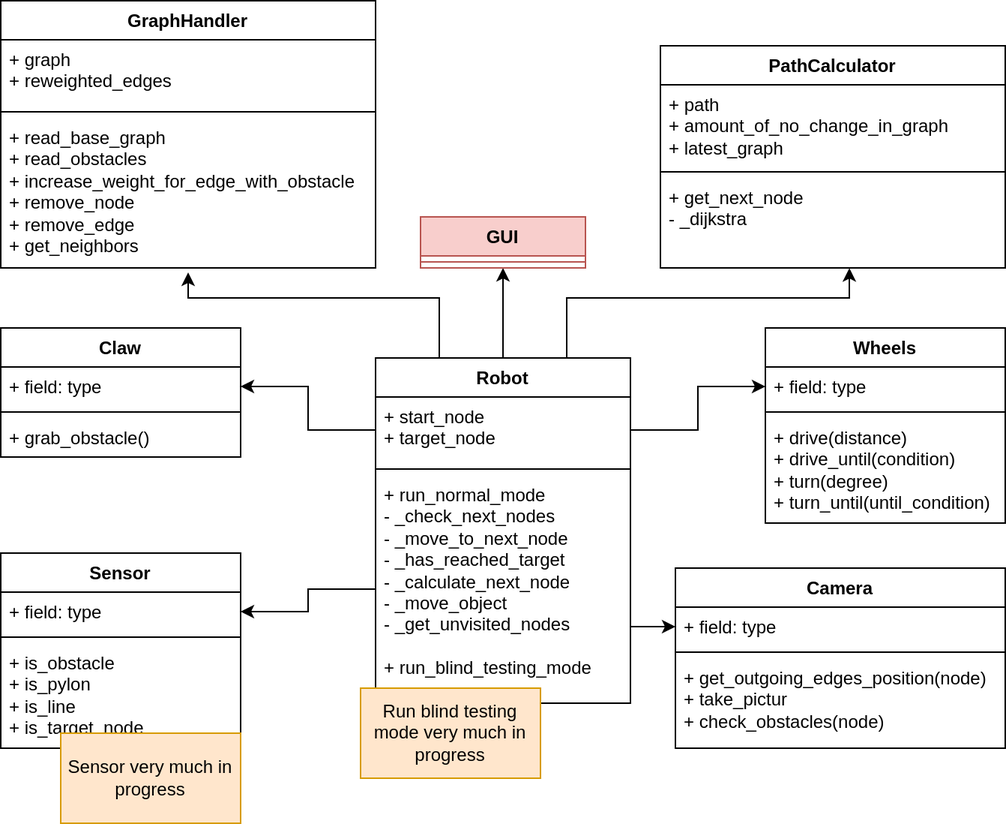
The draw.io diagram assets/informatik-prototyp/simulator/simulator-erd.png in ameyer3/hslu-pren-1, before a commit. Source tidied: cells renumbered, new cells last; positions are measured from the earlier drawing's top-left corner, leaving out a move shared by most shapes. Source of this version:
```xml
<mxGraphModel>
  <root>
    <mxCell id="0" />
    <mxCell id="1" parent="0" />
    <mxCell id="2" style="edgeStyle=orthogonalEdgeStyle;rounded=0;jettySize=auto;html=1;exitX=0.25;exitY=0;exitDx=0;exitDy=0;" parent="1" edge="1" source="5">
      <mxGeometry relative="1" as="geometry">
        <mxPoint x="125" y="181" as="targetPoint" />
        <Array as="points">
          <mxPoint x="293" y="198" />
          <mxPoint x="125" y="198" />
        </Array>
      </mxGeometry>
    </mxCell>
    <mxCell id="3" style="edgeStyle=orthogonalEdgeStyle;rounded=0;jettySize=auto;html=1;exitX=0.75;exitY=0;exitDx=0;exitDy=0;entryX=0.548;entryY=1.002;entryDx=0;entryDy=0;entryPerimeter=0;" parent="1" edge="1" source="5" target="39">
      <mxGeometry relative="1" as="geometry">
        <Array as="points">
          <mxPoint x="378" y="198" />
          <mxPoint x="566" y="198" />
        </Array>
      </mxGeometry>
    </mxCell>
    <mxCell id="4" style="edgeStyle=orthogonalEdgeStyle;rounded=0;jettySize=auto;html=1;exitX=0.5;exitY=0;exitDx=0;exitDy=0;entryX=0.5;entryY=1;entryDx=0;entryDy=0;" parent="1" edge="1" source="5" target="27">
      <mxGeometry relative="1" as="geometry" />
    </mxCell>
    <mxCell id="5" value="Robot" style="swimlane;fontStyle=1;align=center;verticalAlign=top;horizontal=1;startSize=26;whiteSpace=wrap;html=1;" parent="1" vertex="1">
      <mxGeometry x="250" y="238" width="170" height="230" as="geometry" />
    </mxCell>
    <mxCell id="6" value="+ start_node&lt;div&gt;+ target_node&lt;/div&gt;&lt;div&gt;&lt;br&gt;&lt;/div&gt;" style="text;strokeColor=none;fillColor=none;align=left;verticalAlign=top;spacingLeft=4;spacingRight=4;overflow=hidden;points=[[0,0.5],[1,0.5]];portConstraint=eastwest;whiteSpace=wrap;html=1;" parent="5" vertex="1">
      <mxGeometry y="26" width="170" height="44" as="geometry" />
    </mxCell>
    <mxCell id="7" style="line;strokeWidth=1;fillColor=none;align=left;verticalAlign=middle;spacingTop=-1;spacingLeft=3;spacingRight=3;labelPosition=right;strokeColor=inherit;" parent="5" vertex="1">
      <mxGeometry y="70" width="170" height="8" as="geometry" />
    </mxCell>
    <mxCell id="8" value="+ run_normal_mode&lt;div&gt;&lt;div&gt;- _check_next_nodes&lt;/div&gt;&lt;div&gt;- _&lt;span style=&quot;background-color: initial;&quot;&gt;move_to_next_node&lt;/span&gt;&lt;/div&gt;&lt;div&gt;&lt;span style=&quot;background-color: initial;&quot;&gt;- _has_reached_target&lt;/span&gt;&lt;/div&gt;&lt;div&gt;&lt;span style=&quot;background-color: initial;&quot;&gt;-&lt;/span&gt;&lt;span style=&quot;background-color: initial;&quot;&gt;&amp;nbsp;&lt;/span&gt;&lt;span style=&quot;background-color: initial;&quot;&gt;_calculate_next_node&lt;/span&gt;&lt;/div&gt;&lt;div&gt;&lt;span style=&quot;background-color: initial;&quot;&gt;- _move_object&lt;/span&gt;&lt;br&gt;&lt;/div&gt;&lt;div&gt;&lt;span style=&quot;background-color: initial;&quot;&gt;- _get_unvisited_nodes&lt;/span&gt;&lt;/div&gt;&lt;div&gt;&lt;span style=&quot;background-color: initial;&quot;&gt;&lt;br&gt;&lt;/span&gt;&lt;/div&gt;&lt;div&gt;+ run_blind_testing_mode&lt;br&gt;&lt;div&gt;&lt;br&gt;&lt;/div&gt;&lt;/div&gt;&lt;/div&gt;" style="text;strokeColor=none;fillColor=none;align=left;verticalAlign=top;spacingLeft=4;spacingRight=4;overflow=hidden;points=[[0,0.5],[1,0.5]];portConstraint=eastwest;whiteSpace=wrap;html=1;" parent="5" vertex="1">
      <mxGeometry y="78" width="170" height="152" as="geometry" />
    </mxCell>
    <mxCell id="9" value="Camera" style="swimlane;fontStyle=1;align=center;verticalAlign=top;horizontal=1;startSize=26;whiteSpace=wrap;html=1;" parent="1" vertex="1">
      <mxGeometry x="450" y="378" width="220" height="120" as="geometry" />
    </mxCell>
    <mxCell id="10" value="+ field: type" style="text;strokeColor=none;fillColor=none;align=left;verticalAlign=top;spacingLeft=4;spacingRight=4;overflow=hidden;points=[[0,0.5],[1,0.5]];portConstraint=eastwest;whiteSpace=wrap;html=1;" parent="9" vertex="1">
      <mxGeometry y="26" width="220" height="26" as="geometry" />
    </mxCell>
    <mxCell id="11" style="line;strokeWidth=1;fillColor=none;align=left;verticalAlign=middle;spacingTop=-1;spacingLeft=3;spacingRight=3;labelPosition=right;strokeColor=inherit;" parent="9" vertex="1">
      <mxGeometry y="52" width="220" height="8" as="geometry" />
    </mxCell>
    <mxCell id="12" value="+ get_outgoing_edges_position(node)&lt;div&gt;+ take_pictur&lt;br&gt;+ check_obstacles(node)&lt;/div&gt;" style="text;strokeColor=none;fillColor=none;align=left;verticalAlign=top;spacingLeft=4;spacingRight=4;overflow=hidden;whiteSpace=wrap;html=1;" parent="9" vertex="1">
      <mxGeometry y="60" width="220" height="60" as="geometry" />
    </mxCell>
    <mxCell id="13" value="Sensor" style="swimlane;fontStyle=1;align=center;verticalAlign=top;horizontal=1;startSize=26;whiteSpace=wrap;html=1;" parent="1" vertex="1">
      <mxGeometry y="368" width="160" height="130" as="geometry" />
    </mxCell>
    <mxCell id="14" value="+ field: type" style="text;strokeColor=none;fillColor=none;align=left;verticalAlign=top;spacingLeft=4;spacingRight=4;overflow=hidden;points=[[0,0.5],[1,0.5]];portConstraint=eastwest;whiteSpace=wrap;html=1;" parent="13" vertex="1">
      <mxGeometry y="26" width="160" height="26" as="geometry" />
    </mxCell>
    <mxCell id="15" style="line;strokeWidth=1;fillColor=none;align=left;verticalAlign=middle;spacingTop=-1;spacingLeft=3;spacingRight=3;labelPosition=right;strokeColor=inherit;" parent="13" vertex="1">
      <mxGeometry y="52" width="160" height="8" as="geometry" />
    </mxCell>
    <mxCell id="16" value="+ is_obstacle&lt;div&gt;+ is_pylon&lt;/div&gt;&lt;div&gt;+ is_line&lt;/div&gt;&lt;div&gt;+ is_target_node&lt;/div&gt;" style="text;strokeColor=none;fillColor=none;align=left;verticalAlign=top;spacingLeft=4;spacingRight=4;overflow=hidden;whiteSpace=wrap;html=1;" parent="13" vertex="1">
      <mxGeometry y="60" width="160" height="70" as="geometry" />
    </mxCell>
    <mxCell id="17" value="Wheels" style="swimlane;fontStyle=1;align=center;verticalAlign=top;horizontal=1;startSize=26;whiteSpace=wrap;html=1;" parent="1" vertex="1">
      <mxGeometry x="510" y="218" width="160" height="130" as="geometry" />
    </mxCell>
    <mxCell id="18" value="+ field: type" style="text;strokeColor=none;fillColor=none;align=left;verticalAlign=top;spacingLeft=4;spacingRight=4;overflow=hidden;points=[[0,0.5],[1,0.5]];portConstraint=eastwest;whiteSpace=wrap;html=1;" parent="17" vertex="1">
      <mxGeometry y="26" width="160" height="26" as="geometry" />
    </mxCell>
    <mxCell id="19" style="line;strokeWidth=1;fillColor=none;align=left;verticalAlign=middle;spacingTop=-1;spacingLeft=3;spacingRight=3;labelPosition=right;strokeColor=inherit;" parent="17" vertex="1">
      <mxGeometry y="52" width="160" height="8" as="geometry" />
    </mxCell>
    <mxCell id="20" value="+ drive(distance)&lt;div&gt;+ drive_until(condition)&lt;br&gt;&lt;div&gt;+ turn(degree)&lt;/div&gt;&lt;div&gt;+ turn_until(until_condition)&lt;/div&gt;&lt;/div&gt;" style="text;strokeColor=none;fillColor=none;align=left;verticalAlign=top;spacingLeft=4;spacingRight=4;overflow=hidden;whiteSpace=wrap;html=1;" parent="17" vertex="1">
      <mxGeometry y="60" width="160" height="70" as="geometry" />
    </mxCell>
    <mxCell id="21" value="GraphHandler" style="swimlane;fontStyle=1;align=center;verticalAlign=top;horizontal=1;startSize=26;whiteSpace=wrap;html=1;" parent="1" vertex="1">
      <mxGeometry width="250" height="178" as="geometry" />
    </mxCell>
    <mxCell id="22" value="+ graph&lt;div&gt;+ reweighted_edges&lt;/div&gt;" style="text;strokeColor=none;fillColor=none;align=left;verticalAlign=top;spacingLeft=4;spacingRight=4;overflow=hidden;whiteSpace=wrap;html=1;" parent="21" vertex="1">
      <mxGeometry y="26" width="250" height="44" as="geometry" />
    </mxCell>
    <mxCell id="23" style="line;strokeWidth=1;fillColor=none;align=left;verticalAlign=middle;spacingTop=-1;spacingLeft=3;spacingRight=3;labelPosition=right;strokeColor=inherit;" parent="21" vertex="1">
      <mxGeometry y="70" width="250" height="8" as="geometry" />
    </mxCell>
    <mxCell id="24" value="+ read_base_graph&lt;div&gt;+ read_obstacles&lt;/div&gt;&lt;div&gt;&lt;div&gt;+ increase_weight_for_edge_with_obstacle&lt;/div&gt;&lt;div&gt;+ remove_node&lt;/div&gt;&lt;div&gt;+ remove_edge&lt;/div&gt;&lt;/div&gt;&lt;div&gt;&lt;div&gt;+ get_neighbors&lt;/div&gt;&lt;/div&gt;&lt;div&gt;&lt;br&gt;&lt;/div&gt;" style="text;strokeColor=none;fillColor=none;align=left;verticalAlign=top;spacingLeft=4;spacingRight=4;overflow=hidden;whiteSpace=wrap;html=1;" parent="21" vertex="1">
      <mxGeometry y="78" width="250" height="100" as="geometry" />
    </mxCell>
    <mxCell id="25" style="edgeStyle=orthogonalEdgeStyle;rounded=0;jettySize=auto;html=1;exitX=1;exitY=0.5;exitDx=0;exitDy=0;" parent="1" edge="1" source="6" target="18">
      <mxGeometry relative="1" as="geometry" />
    </mxCell>
    <mxCell id="26" style="edgeStyle=orthogonalEdgeStyle;rounded=0;jettySize=auto;html=1;exitX=0;exitY=0.5;exitDx=0;exitDy=0;entryX=1;entryY=0.5;entryDx=0;entryDy=0;" parent="1" edge="1" source="6" target="33">
      <mxGeometry relative="1" as="geometry" />
    </mxCell>
    <mxCell id="27" value="GUI" style="swimlane;fontStyle=1;align=center;verticalAlign=top;horizontal=1;startSize=26;whiteSpace=wrap;html=1;fillColor=#f8cecc;strokeColor=#b85450;" parent="1" vertex="1">
      <mxGeometry x="280" y="144" width="110" height="34" as="geometry" />
    </mxCell>
    <mxCell id="28" style="line;strokeWidth=1;fillColor=none;align=left;verticalAlign=middle;spacingTop=-1;spacingLeft=3;spacingRight=3;labelPosition=right;strokeColor=inherit;" parent="27" vertex="1">
      <mxGeometry y="26" width="110" height="8" as="geometry" />
    </mxCell>
    <mxCell id="29" style="edgeStyle=orthogonalEdgeStyle;rounded=0;jettySize=auto;html=1;exitX=0;exitY=0.5;exitDx=0;exitDy=0;" parent="1" edge="1" source="8" target="14">
      <mxGeometry relative="1" as="geometry" />
    </mxCell>
    <mxCell id="30" style="edgeStyle=orthogonalEdgeStyle;rounded=0;jettySize=auto;html=1;exitX=1;exitY=0.5;exitDx=0;exitDy=0;entryX=0;entryY=0.5;entryDx=0;entryDy=0;" parent="1" edge="1" source="8" target="10">
      <mxGeometry relative="1" as="geometry">
        <Array as="points">
          <mxPoint x="420" y="417" />
        </Array>
      </mxGeometry>
    </mxCell>
    <mxCell id="31" value="Sensor very much in progress" style="rounded=0;whiteSpace=wrap;html=1;fillColor=#ffe6cc;strokeColor=#d79b00;" parent="1" vertex="1">
      <mxGeometry x="40" y="488" width="120" height="60" as="geometry" />
    </mxCell>
    <mxCell id="32" value="Claw" style="swimlane;fontStyle=1;align=center;verticalAlign=top;horizontal=1;startSize=26;whiteSpace=wrap;html=1;" parent="1" vertex="1">
      <mxGeometry y="218" width="160" height="86" as="geometry" />
    </mxCell>
    <mxCell id="33" value="+ field: type" style="text;strokeColor=none;fillColor=none;align=left;verticalAlign=top;spacingLeft=4;spacingRight=4;overflow=hidden;points=[[0,0.5],[1,0.5]];portConstraint=eastwest;whiteSpace=wrap;html=1;" parent="32" vertex="1">
      <mxGeometry y="26" width="160" height="26" as="geometry" />
    </mxCell>
    <mxCell id="34" style="line;strokeWidth=1;fillColor=none;align=left;verticalAlign=middle;spacingTop=-1;spacingLeft=3;spacingRight=3;labelPosition=right;strokeColor=inherit;" parent="32" vertex="1">
      <mxGeometry y="52" width="160" height="8" as="geometry" />
    </mxCell>
    <mxCell id="35" value="+ grab_obstacle()" style="text;strokeColor=none;fillColor=none;align=left;verticalAlign=top;spacingLeft=4;spacingRight=4;overflow=hidden;whiteSpace=wrap;html=1;" parent="32" vertex="1">
      <mxGeometry y="60" width="160" height="26" as="geometry" />
    </mxCell>
    <mxCell id="36" value="PathCalculator" style="swimlane;fontStyle=1;align=center;verticalAlign=top;horizontal=1;startSize=26;whiteSpace=wrap;html=1;" parent="1" vertex="1">
      <mxGeometry x="440" y="30" width="230" height="148" as="geometry" />
    </mxCell>
    <mxCell id="37" value="+ path&lt;br&gt;+ amount_of_no_change_in_graph&lt;div&gt;+ latest_graph&lt;/div&gt;" style="text;strokeColor=none;fillColor=none;align=left;verticalAlign=top;spacingLeft=4;spacingRight=4;overflow=hidden;whiteSpace=wrap;html=1;" parent="36" vertex="1">
      <mxGeometry y="26" width="230" height="54" as="geometry" />
    </mxCell>
    <mxCell id="38" style="line;strokeWidth=1;fillColor=none;align=left;verticalAlign=middle;spacingTop=-1;spacingLeft=3;spacingRight=3;labelPosition=right;strokeColor=inherit;" parent="36" vertex="1">
      <mxGeometry y="80" width="230" height="8" as="geometry" />
    </mxCell>
    <mxCell id="39" value="+ get_next_node&lt;div&gt;- _dijkstra&amp;nbsp;&lt;/div&gt;" style="text;strokeColor=none;fillColor=none;align=left;verticalAlign=top;spacingLeft=4;spacingRight=4;overflow=hidden;points=[[0,0.5],[1,0.5]];portConstraint=eastwest;whiteSpace=wrap;html=1;" parent="36" vertex="1">
      <mxGeometry y="88" width="230" height="60" as="geometry" />
    </mxCell>
    <mxCell id="40" value="Run blind testing mode very much in progress" style="rounded=0;whiteSpace=wrap;html=1;fillColor=#ffe6cc;strokeColor=#d79b00;" parent="1" vertex="1">
      <mxGeometry x="240" y="458" width="120" height="60" as="geometry" />
    </mxCell>
  </root>
</mxGraphModel>
```
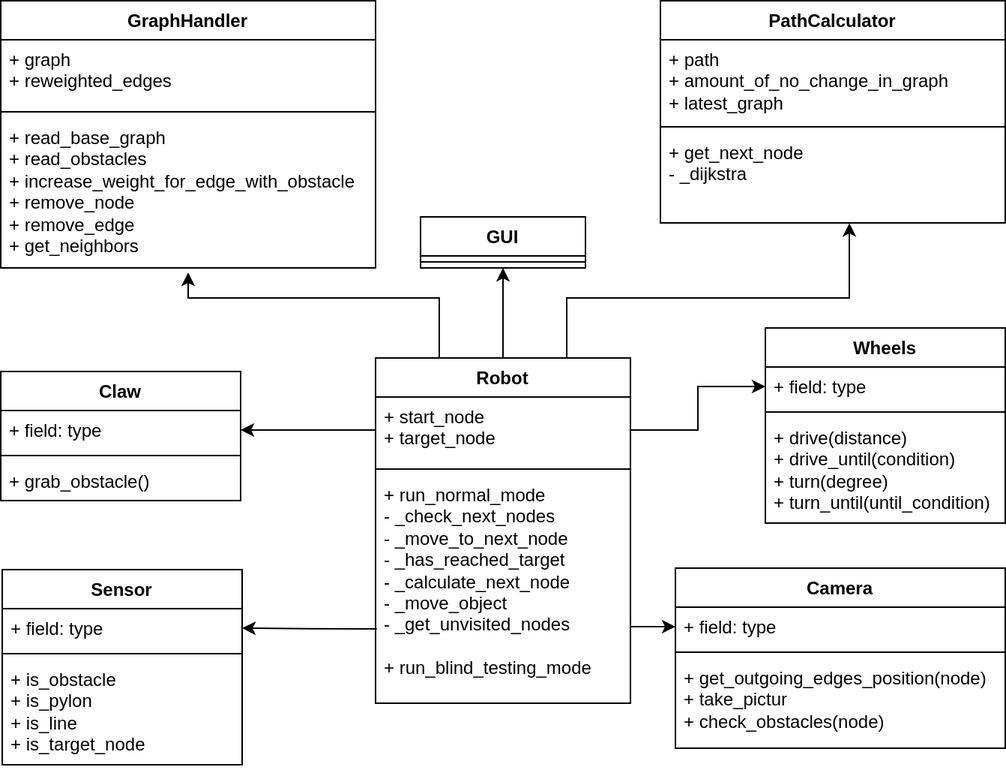
After the commit.

Change to the diagram source:
```diff
@@ -47,7 +47,7 @@
       <mxGeometry y="60" width="220" height="60" as="geometry" />
     </mxCell>
     <mxCell id="13" value="Sensor" style="swimlane;fontStyle=1;align=center;verticalAlign=top;horizontal=1;startSize=26;whiteSpace=wrap;html=1;" parent="1" vertex="1">
-      <mxGeometry y="368" width="160" height="130" as="geometry" />
+      <mxGeometry x="1" y="379" width="160" height="130" as="geometry" />
     </mxCell>
     <mxCell id="14" value="+ field: type" style="text;strokeColor=none;fillColor=none;align=left;verticalAlign=top;spacingLeft=4;spacingRight=4;overflow=hidden;points=[[0,0.5],[1,0.5]];portConstraint=eastwest;whiteSpace=wrap;html=1;" parent="13" vertex="1">
       <mxGeometry y="26" width="160" height="26" as="geometry" />
@@ -88,13 +88,13 @@
     <mxCell id="26" style="edgeStyle=orthogonalEdgeStyle;rounded=0;jettySize=auto;html=1;exitX=0;exitY=0.5;exitDx=0;exitDy=0;entryX=1;entryY=0.5;entryDx=0;entryDy=0;" parent="1" edge="1" source="6" target="33">
       <mxGeometry relative="1" as="geometry" />
     </mxCell>
-    <mxCell id="27" value="GUI" style="swimlane;fontStyle=1;align=center;verticalAlign=top;horizontal=1;startSize=26;whiteSpace=wrap;html=1;fillColor=#f8cecc;strokeColor=#b85450;" parent="1" vertex="1">
+    <mxCell id="27" value="GUI" style="swimlane;fontStyle=1;align=center;verticalAlign=top;horizontal=1;startSize=26;whiteSpace=wrap;html=1;" parent="1" vertex="1">
       <mxGeometry x="280" y="144" width="110" height="34" as="geometry" />
     </mxCell>
     <mxCell id="28" style="line;strokeWidth=1;fillColor=none;align=left;verticalAlign=middle;spacingTop=-1;spacingLeft=3;spacingRight=3;labelPosition=right;strokeColor=inherit;" parent="27" vertex="1">
       <mxGeometry y="26" width="110" height="8" as="geometry" />
     </mxCell>
-    <mxCell id="29" style="edgeStyle=orthogonalEdgeStyle;rounded=0;jettySize=auto;html=1;exitX=0;exitY=0.5;exitDx=0;exitDy=0;" parent="1" edge="1" source="8" target="14">
+    <mxCell id="29" style="edgeStyle=orthogonalEdgeStyle;rounded=0;jettySize=auto;html=1;exitX=0.005;exitY=0.674;exitDx=0;exitDy=0;exitPerimeter=0;" parent="1" edge="1" source="8" target="14">
       <mxGeometry relative="1" as="geometry" />
     </mxCell>
     <mxCell id="30" style="edgeStyle=orthogonalEdgeStyle;rounded=0;jettySize=auto;html=1;exitX=1;exitY=0.5;exitDx=0;exitDy=0;entryX=0;entryY=0.5;entryDx=0;entryDy=0;" parent="1" edge="1" source="8" target="10">
@@ -104,11 +104,8 @@
         </Array>
       </mxGeometry>
     </mxCell>
-    <mxCell id="31" value="Sensor very much in progress" style="rounded=0;whiteSpace=wrap;html=1;fillColor=#ffe6cc;strokeColor=#d79b00;" parent="1" vertex="1">
-      <mxGeometry x="40" y="488" width="120" height="60" as="geometry" />
-    </mxCell>
     <mxCell id="32" value="Claw" style="swimlane;fontStyle=1;align=center;verticalAlign=top;horizontal=1;startSize=26;whiteSpace=wrap;html=1;" parent="1" vertex="1">
-      <mxGeometry y="218" width="160" height="86" as="geometry" />
+      <mxGeometry y="247" width="160" height="86" as="geometry" />
     </mxCell>
     <mxCell id="33" value="+ field: type" style="text;strokeColor=none;fillColor=none;align=left;verticalAlign=top;spacingLeft=4;spacingRight=4;overflow=hidden;points=[[0,0.5],[1,0.5]];portConstraint=eastwest;whiteSpace=wrap;html=1;" parent="32" vertex="1">
       <mxGeometry y="26" width="160" height="26" as="geometry" />
@@ -120,7 +117,7 @@
       <mxGeometry y="60" width="160" height="26" as="geometry" />
     </mxCell>
     <mxCell id="36" value="PathCalculator" style="swimlane;fontStyle=1;align=center;verticalAlign=top;horizontal=1;startSize=26;whiteSpace=wrap;html=1;" parent="1" vertex="1">
-      <mxGeometry x="440" y="30" width="230" height="148" as="geometry" />
+      <mxGeometry x="440" width="230" height="148" as="geometry" />
     </mxCell>
     <mxCell id="37" value="+ path&lt;br&gt;+ amount_of_no_change_in_graph&lt;div&gt;+ latest_graph&lt;/div&gt;" style="text;strokeColor=none;fillColor=none;align=left;verticalAlign=top;spacingLeft=4;spacingRight=4;overflow=hidden;whiteSpace=wrap;html=1;" parent="36" vertex="1">
       <mxGeometry y="26" width="230" height="54" as="geometry" />
@@ -131,8 +128,5 @@
     <mxCell id="39" value="+ get_next_node&lt;div&gt;- _dijkstra&amp;nbsp;&lt;/div&gt;" style="text;strokeColor=none;fillColor=none;align=left;verticalAlign=top;spacingLeft=4;spacingRight=4;overflow=hidden;points=[[0,0.5],[1,0.5]];portConstraint=eastwest;whiteSpace=wrap;html=1;" parent="36" vertex="1">
       <mxGeometry y="88" width="230" height="60" as="geometry" />
     </mxCell>
-    <mxCell id="40" value="Run blind testing mode very much in progress" style="rounded=0;whiteSpace=wrap;html=1;fillColor=#ffe6cc;strokeColor=#d79b00;" parent="1" vertex="1">
-      <mxGeometry x="240" y="458" width="120" height="60" as="geometry" />
-    </mxCell>
   </root>
 </mxGraphModel>
```
